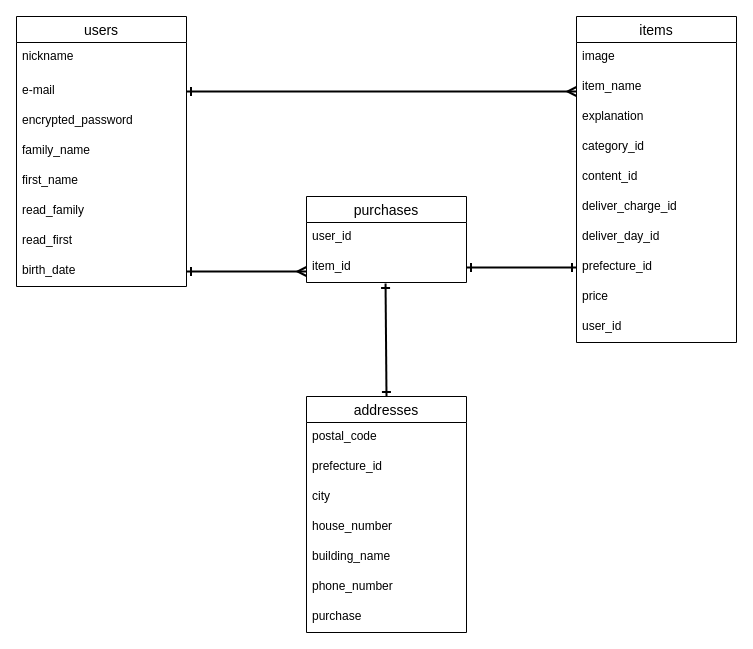
This is ER.dio from seigi1/furima-38166, a draw.io file, before an edit. Source tidied: cells renumbered, new cells numbered last; positions are measured from the earlier drawing's top-left corner, leaving out a move shared by most shapes. Both pictures are drawn from the tidied source at 100%, with x=0, y=0 at pixel (16, 16).
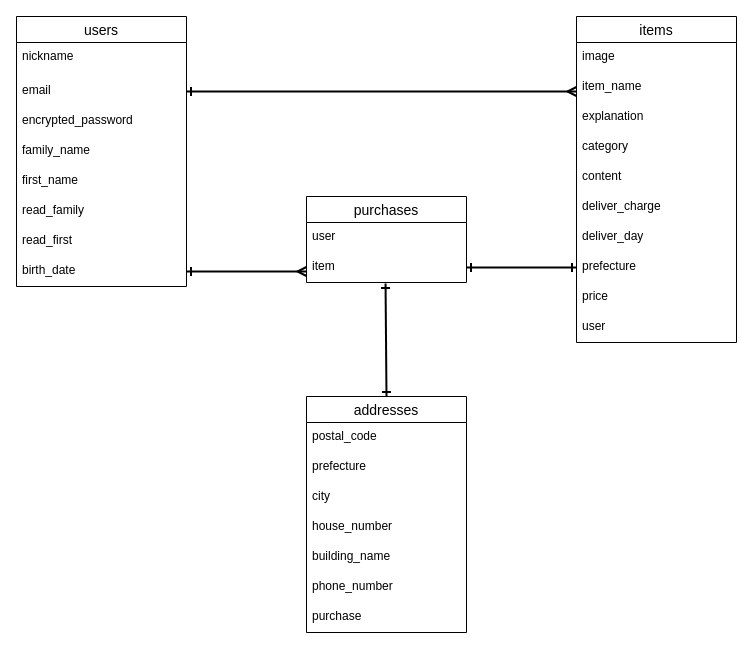
The same page after the edit.

Commit message (it also covers changes not shown here):
データベース設計_修正2

The change refers to these unchanged cells:
```xml
<mxCell id="2" value="users" style="swimlane;fontStyle=0;horizontal=1;startSize=26;align=center;fontSize=14;" parent="1" vertex="1">
  <mxGeometry width="170" height="270" as="geometry" />
</mxCell>
<mxCell id="11" value="items" style="swimlane;fontStyle=0;horizontal=1;startSize=26;align=center;fontSize=14;" parent="1" vertex="1">
  <mxGeometry x="560" width="160" height="326" as="geometry" />
</mxCell>
<mxCell id="22" value="purchases" style="swimlane;fontStyle=0;horizontal=1;startSize=26;align=center;fontSize=14;" parent="1" vertex="1">
  <mxGeometry x="290" y="180" width="160" height="86" as="geometry" />
</mxCell>
<mxCell id="26" value="addresses" style="swimlane;fontStyle=0;horizontal=1;startSize=26;align=center;fontSize=14;" parent="1" vertex="1">
  <mxGeometry x="290" y="380" width="160" height="236" as="geometry" />
</mxCell>
```

The edit, as a diff of the source:
```diff
@@
-    <mxCell id="4" value="e-mail" style="text;strokeColor=none;fillColor=none;spacingLeft=4;spacingRight=4;overflow=hidden;points=[[0,0.5],[1,0.5]];portConstraint=eastwest;fontSize=12;" parent="2" vertex="1">
+    <mxCell id="4" value="email" style="text;strokeColor=none;fillColor=none;spacingLeft=4;spacingRight=4;overflow=hidden;points=[[0,0.5],[1,0.5]];portConstraint=eastwest;fontSize=12;" parent="2" vertex="1">
       <mxGeometry y="60" width="170" height="30" as="geometry" />
     </mxCell>
@@
-    <mxCell id="15" value="category_id" style="text;strokeColor=none;fillColor=none;spacingLeft=4;spacingRight=4;overflow=hidden;fontSize=12;" parent="11" vertex="1">
+    <mxCell id="15" value="category" style="text;strokeColor=none;fillColor=none;spacingLeft=4;spacingRight=4;overflow=hidden;fontSize=12;" parent="11" vertex="1">
       <mxGeometry y="116" width="160" height="30" as="geometry" />
     </mxCell>
-    <mxCell id="16" value="content_id" style="text;strokeColor=none;fillColor=none;spacingLeft=4;spacingRight=4;overflow=hidden;fontSize=12;" parent="11" vertex="1">
+    <mxCell id="16" value="content" style="text;strokeColor=none;fillColor=none;spacingLeft=4;spacingRight=4;overflow=hidden;fontSize=12;" parent="11" vertex="1">
       <mxGeometry y="146" width="160" height="30" as="geometry" />
     </mxCell>
-    <mxCell id="17" value="deliver_charge_id" style="text;strokeColor=none;fillColor=none;spacingLeft=4;spacingRight=4;overflow=hidden;fontSize=12;" parent="11" vertex="1">
+    <mxCell id="17" value="deliver_charge" style="text;strokeColor=none;fillColor=none;spacingLeft=4;spacingRight=4;overflow=hidden;fontSize=12;" parent="11" vertex="1">
       <mxGeometry y="176" width="160" height="30" as="geometry" />
     </mxCell>
-    <mxCell id="18" value="deliver_day_id" style="text;strokeColor=none;fillColor=none;spacingLeft=4;spacingRight=4;overflow=hidden;fontSize=12;" parent="11" vertex="1">
+    <mxCell id="18" value="deliver_day" style="text;strokeColor=none;fillColor=none;spacingLeft=4;spacingRight=4;overflow=hidden;fontSize=12;" parent="11" vertex="1">
       <mxGeometry y="206" width="160" height="30" as="geometry" />
     </mxCell>
-    <mxCell id="19" value="prefecture_id" style="text;strokeColor=none;fillColor=none;spacingLeft=4;spacingRight=4;overflow=hidden;points=[[0,0.5],[1,0.5]];portConstraint=eastwest;fontSize=12;" parent="11" vertex="1">
+    <mxCell id="19" value="prefecture" style="text;strokeColor=none;fillColor=none;spacingLeft=4;spacingRight=4;overflow=hidden;points=[[0,0.5],[1,0.5]];portConstraint=eastwest;fontSize=12;" parent="11" vertex="1">
       <mxGeometry y="236" width="160" height="30" as="geometry" />
     </mxCell>
@@
-    <mxCell id="21" value="user_id" style="text;strokeColor=none;fillColor=none;spacingLeft=4;spacingRight=4;overflow=hidden;fontSize=12;" parent="11" vertex="1">
+    <mxCell id="21" value="user" style="text;strokeColor=none;fillColor=none;spacingLeft=4;spacingRight=4;overflow=hidden;fontSize=12;" parent="11" vertex="1">
       <mxGeometry y="296" width="160" height="30" as="geometry" />
     </mxCell>
@@
-    <mxCell id="23" value="user_id" style="text;strokeColor=none;fillColor=none;spacingLeft=4;spacingRight=4;overflow=hidden;fontSize=12;" parent="22" vertex="1">
+    <mxCell id="23" value="user" style="text;strokeColor=none;fillColor=none;spacingLeft=4;spacingRight=4;overflow=hidden;fontSize=12;" parent="22" vertex="1">
       <mxGeometry y="26" width="160" height="30" as="geometry" />
     </mxCell>
-    <mxCell id="24" value="item_id" style="text;strokeColor=none;fillColor=none;spacingLeft=4;spacingRight=4;overflow=hidden;points=[[0,0.5],[1,0.5]];portConstraint=eastwest;fontSize=12;" parent="22" vertex="1">
+    <mxCell id="24" value="item" style="text;strokeColor=none;fillColor=none;spacingLeft=4;spacingRight=4;overflow=hidden;points=[[0,0.5],[1,0.5]];portConstraint=eastwest;fontSize=12;" parent="22" vertex="1">
       <mxGeometry y="56" width="160" height="30" as="geometry" />
     </mxCell>
@@
-    <mxCell id="28" value="prefecture_id" style="text;strokeColor=none;fillColor=none;spacingLeft=4;spacingRight=4;overflow=hidden;fontSize=12;" parent="26" vertex="1">
+    <mxCell id="28" value="prefecture" style="text;strokeColor=none;fillColor=none;spacingLeft=4;spacingRight=4;overflow=hidden;fontSize=12;" parent="26" vertex="1">
       <mxGeometry y="56" width="160" height="30" as="geometry" />
     </mxCell>
```
